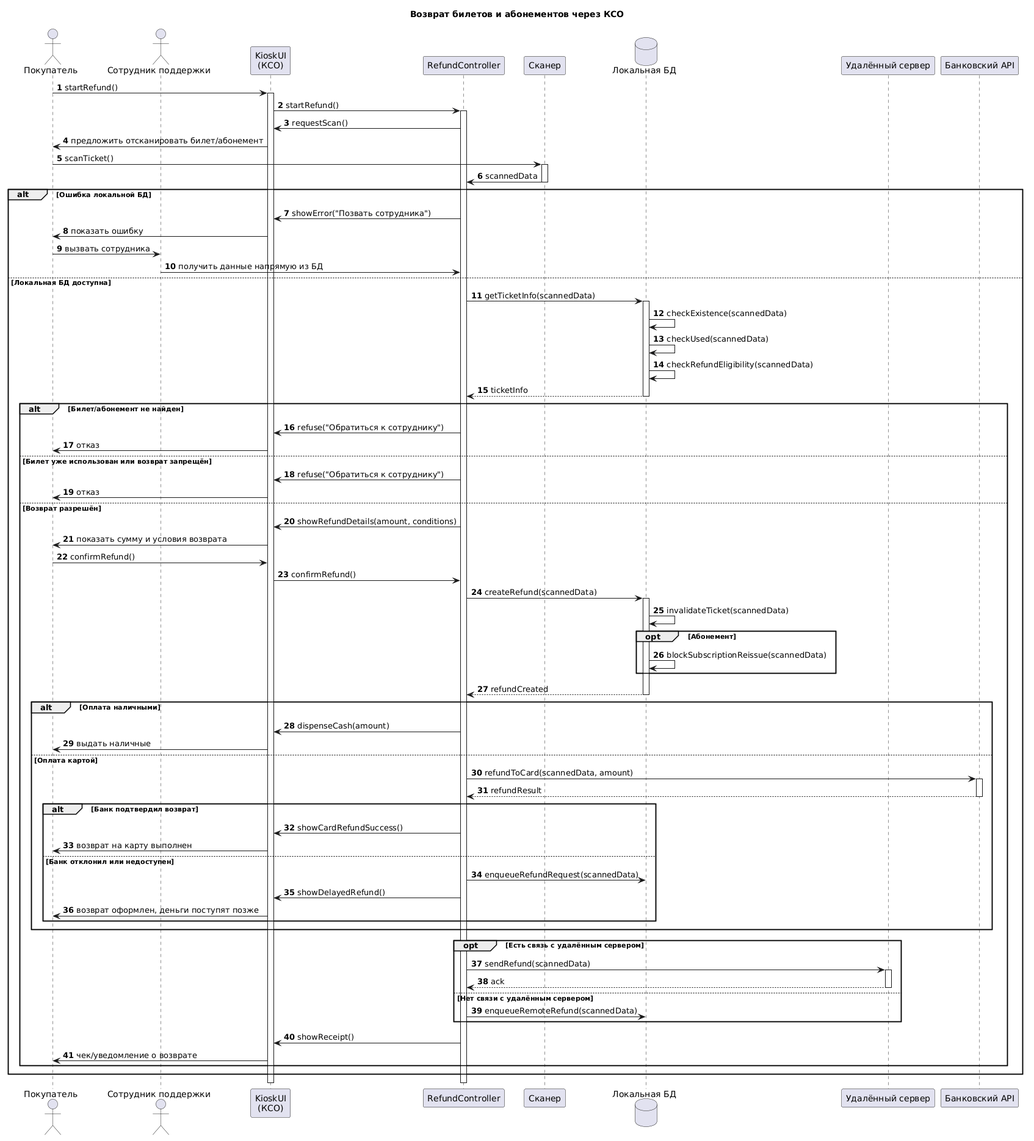
The PlantUML diagram source/Диаграмма последовательности - Возврат покупок и абонементов.png in penamarth/bsbo-11-24_team5_var10_football, before a commit. Source of this version:
```plantuml
@startuml
autonumber
title Возврат билетов и абонементов через КСО

actor "Покупатель" as Buyer
actor "Сотрудник поддержки" as Support
participant "KioskUI\n(КСО)" as UI
participant "RefundController" as Controller
participant "Сканер" as Scanner
database "Локальная БД" as LocalDB
participant "Удалённый сервер" as Remote
participant "Банковский API" as Bank

Buyer -> UI : startRefund()
activate UI
UI -> Controller : startRefund()
activate Controller
Controller -> UI : requestScan()
UI -> Buyer : предложить отсканировать билет/абонемент

Buyer -> Scanner : scanTicket()
activate Scanner
Scanner -> Controller : scannedData
deactivate Scanner

alt Ошибка локальной БД
    Controller -> UI : showError("Позвать сотрудника")
    UI -> Buyer : показать ошибку
    Buyer -> Support : вызвать сотрудника
    Support -> Controller : получить данные напрямую из БД
else Локальная БД доступна
    Controller -> LocalDB : getTicketInfo(scannedData)
    activate LocalDB
    LocalDB -> LocalDB : checkExistence(scannedData)
    LocalDB -> LocalDB : checkUsed(scannedData)
    LocalDB -> LocalDB : checkRefundEligibility(scannedData)
    LocalDB --> Controller : ticketInfo
    deactivate LocalDB

    alt Билет/абонемент не найден
        Controller -> UI : refuse("Обратиться к сотруднику")
        UI -> Buyer : отказ
    else Билет уже использован или возврат запрещён
        Controller -> UI : refuse("Обратиться к сотруднику")
        UI -> Buyer : отказ
    else Возврат разрешён
        Controller -> UI : showRefundDetails(amount, conditions)
        UI -> Buyer : показать сумму и условия возврата
        Buyer -> UI : confirmRefund()
        UI -> Controller : confirmRefund()

        Controller -> LocalDB : createRefund(scannedData)
        activate LocalDB
        LocalDB -> LocalDB : invalidateTicket(scannedData)
        opt Абонемент
            LocalDB -> LocalDB : blockSubscriptionReissue(scannedData)
        end
        LocalDB --> Controller : refundCreated
        deactivate LocalDB

        alt Оплата наличными
            Controller -> UI : dispenseCash(amount)
            UI -> Buyer : выдать наличные
        else Оплата картой
            Controller -> Bank : refundToCard(scannedData, amount)
            activate Bank
            Bank --> Controller : refundResult
            deactivate Bank
            alt Банк подтвердил возврат
                Controller -> UI : showCardRefundSuccess()
                UI -> Buyer : возврат на карту выполнен
            else Банк отклонил или недоступен
                Controller -> LocalDB : enqueueRefundRequest(scannedData)
                Controller -> UI : showDelayedRefund()
                UI -> Buyer : возврат оформлен, деньги поступят позже
            end
        end

        opt Есть связь с удалённым сервером
            Controller -> Remote : sendRefund(scannedData)
            activate Remote
            Remote --> Controller : ack
            deactivate Remote
        else Нет связи с удалённым сервером
            Controller -> LocalDB : enqueueRemoteRefund(scannedData)
        end

        Controller -> UI : showReceipt()
        UI -> Buyer : чек/уведомление о возврате
    end
end
deactivate Controller
deactivate UI
@enduml
```
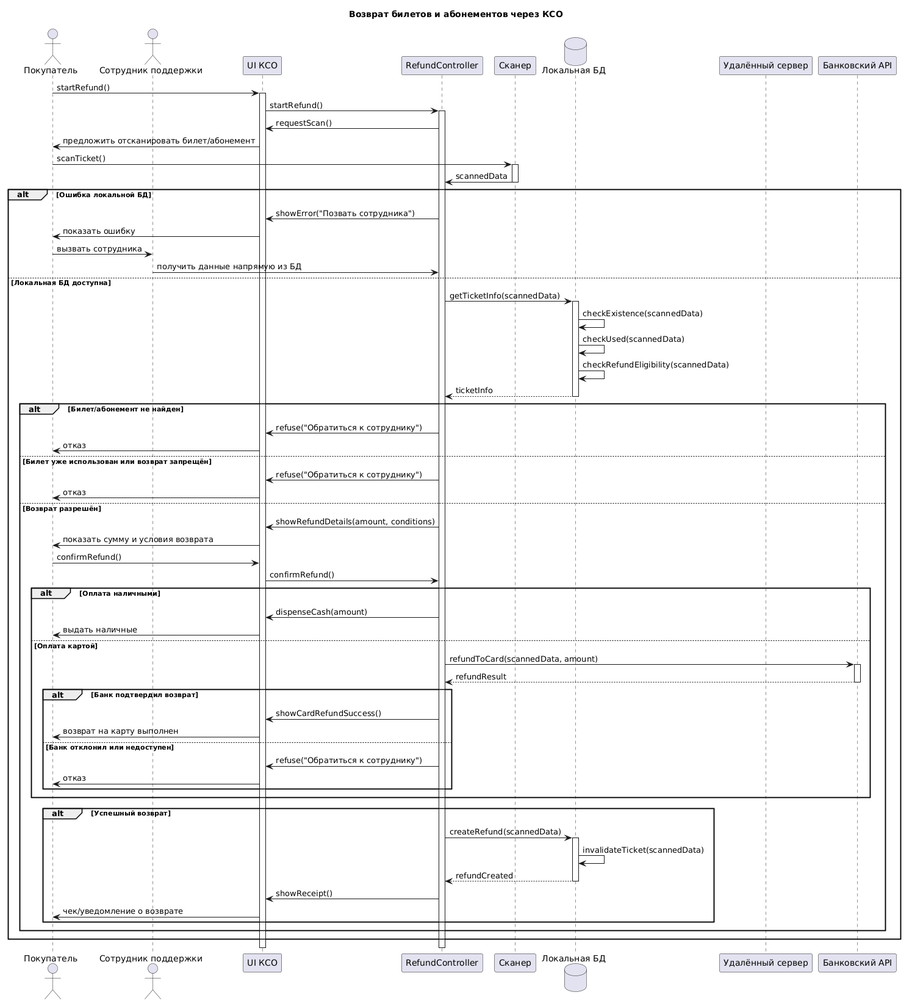
Above is the later version.

Commit message:
Оновил диаграмму последовательностей возврата билетов и абонементов

Change to the diagram source:
```diff
@@ -1,10 +1,9 @@
 @startuml
-autonumber
 title Возврат билетов и абонементов через КСО
 
 actor "Покупатель" as Buyer
 actor "Сотрудник поддержки" as Support
-participant "KioskUI\n(КСО)" as UI
+participant "UI КСО" as UI
 participant "RefundController" as Controller
 participant "Сканер" as Scanner
 database "Локальная БД" as LocalDB
@@ -49,15 +48,6 @@
         Buyer -> UI : confirmRefund()
         UI -> Controller : confirmRefund()
 
-        Controller -> LocalDB : createRefund(scannedData)
-        activate LocalDB
-        LocalDB -> LocalDB : invalidateTicket(scannedData)
-        opt Абонемент
-            LocalDB -> LocalDB : blockSubscriptionReissue(scannedData)
-        end
-        LocalDB --> Controller : refundCreated
-        deactivate LocalDB
-
         alt Оплата наличными
             Controller -> UI : dispenseCash(amount)
             UI -> Buyer : выдать наличные
@@ -70,23 +60,21 @@
                 Controller -> UI : showCardRefundSuccess()
                 UI -> Buyer : возврат на карту выполнен
             else Банк отклонил или недоступен
-                Controller -> LocalDB : enqueueRefundRequest(scannedData)
-                Controller -> UI : showDelayedRefund()
-                UI -> Buyer : возврат оформлен, деньги поступят позже
+		        Controller -> UI : refuse("Обратиться к сотруднику")
+		        UI -> Buyer : отказ
             end
         end
 
-        opt Есть связь с удалённым сервером
-            Controller -> Remote : sendRefund(scannedData)
-            activate Remote
-            Remote --> Controller : ack
-            deactivate Remote
-        else Нет связи с удалённым сервером
-            Controller -> LocalDB : enqueueRemoteRefund(scannedData)
-        end
+        alt Успешный возврат
+			Controller -> LocalDB : createRefund(scannedData)
+	        activate LocalDB
+	        LocalDB -> LocalDB : invalidateTicket(scannedData)
+	        LocalDB --> Controller : refundCreated
+	        deactivate LocalDB
 
-        Controller -> UI : showReceipt()
-        UI -> Buyer : чек/уведомление о возврате
+	        Controller -> UI : showReceipt()
+	        UI -> Buyer : чек/уведомление о возврате
+		end
     end
 end
 deactivate Controller
```
